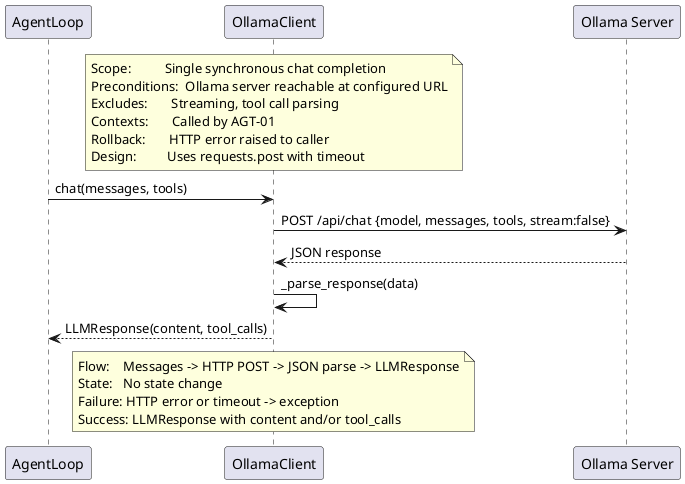
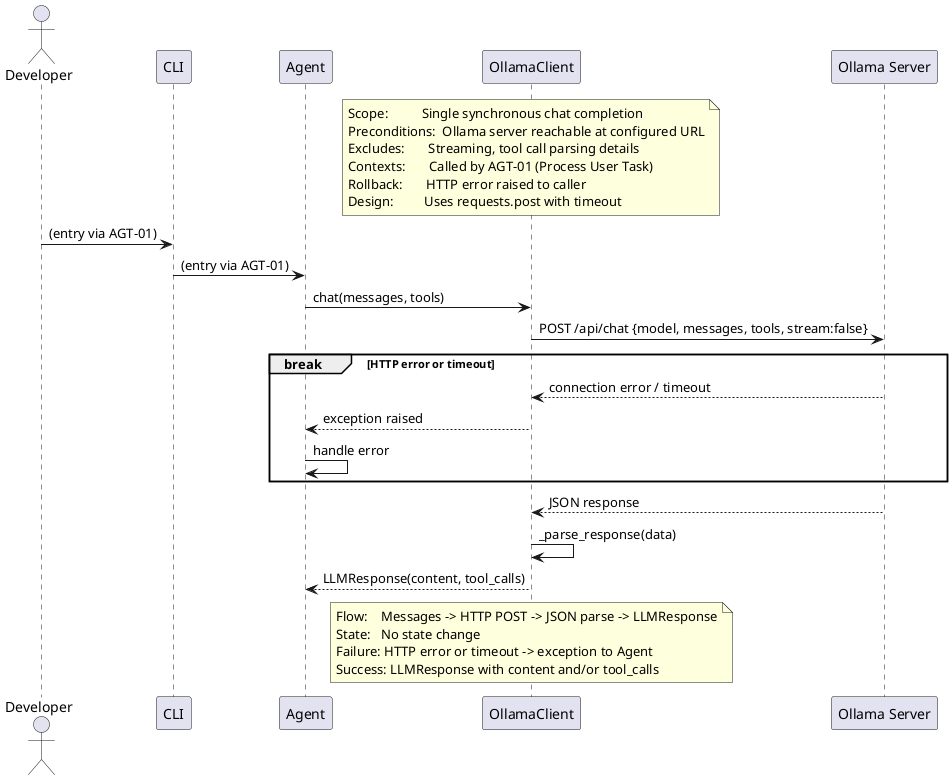
@startuml sq_llm01_call_ollama_chat
' ============================================================
- ' Title:     LLM-01 — Call Ollama Chat (Sync)
+ ' Title:     LLM-01 — Call Ollama Chat
' Boundary:  nasim code agent CLI
' Purpose:   Synchronous LLM call to Ollama API
' Milestone: v0.1
' Version:   1.0.0
' Source:    —
- ' Review:    —
+ ' Review:    docs/audit/audit_2026-06-20_design-chain.md
' ============================================================

- participant "AgentLoop" as agent
+ actor "Developer" as user
+ participant "CLI" as cli
+ participant "Agent" as agent
participant "OllamaClient" as llm
participant "Ollama Server" as ollama
+ 
+ box "Agent Core (agent.py)" #E3F2FD
+ end box
+ box "LLM (llm.py)" #FFF3E0
+ end box

note over llm
  Scope:          Single synchronous chat completion
  Preconditions:  Ollama server reachable at configured URL
-   Excludes:       Streaming, tool call parsing
-   Contexts:       Called by AGT-01
+   Excludes:       Streaming, tool call parsing details
+   Contexts:       Called by AGT-01 (Process User Task)
  Rollback:       HTTP error raised to caller
  Design:         Uses requests.post with timeout
end note

+ user -> cli : (entry via AGT-01)
+ cli -> agent : (entry via AGT-01)
agent -> llm : chat(messages, tools)
llm -> ollama : POST /api/chat {model, messages, tools, stream:false}
+ 
+ break HTTP error or timeout
+     ollama --> llm : connection error / timeout
+     llm --> agent : exception raised
+     agent -> agent : handle error
+ end
+ 
ollama --> llm : JSON response
llm -> llm : _parse_response(data)
llm --> agent : LLMResponse(content, tool_calls)

note over llm
  Flow:    Messages -> HTTP POST -> JSON parse -> LLMResponse
  State:   No state change
-   Failure: HTTP error or timeout -> exception
+   Failure: HTTP error or timeout -> exception to Agent
  Success: LLMResponse with content and/or tool_calls
end note

@enduml
